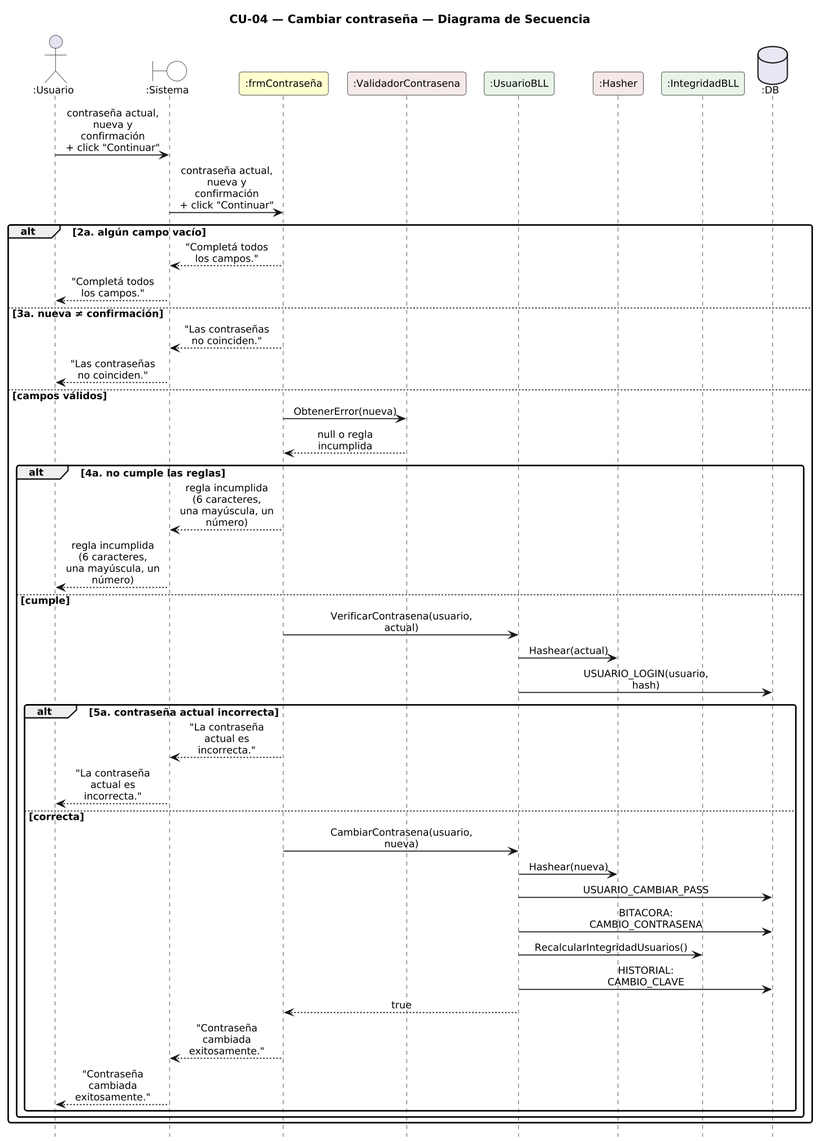
Above: DIAGRAMAS/DiagramaSecuencia_CU04_CambiarContrasena.png in Urrels/ingenieria_software (PlantUML), before the change.
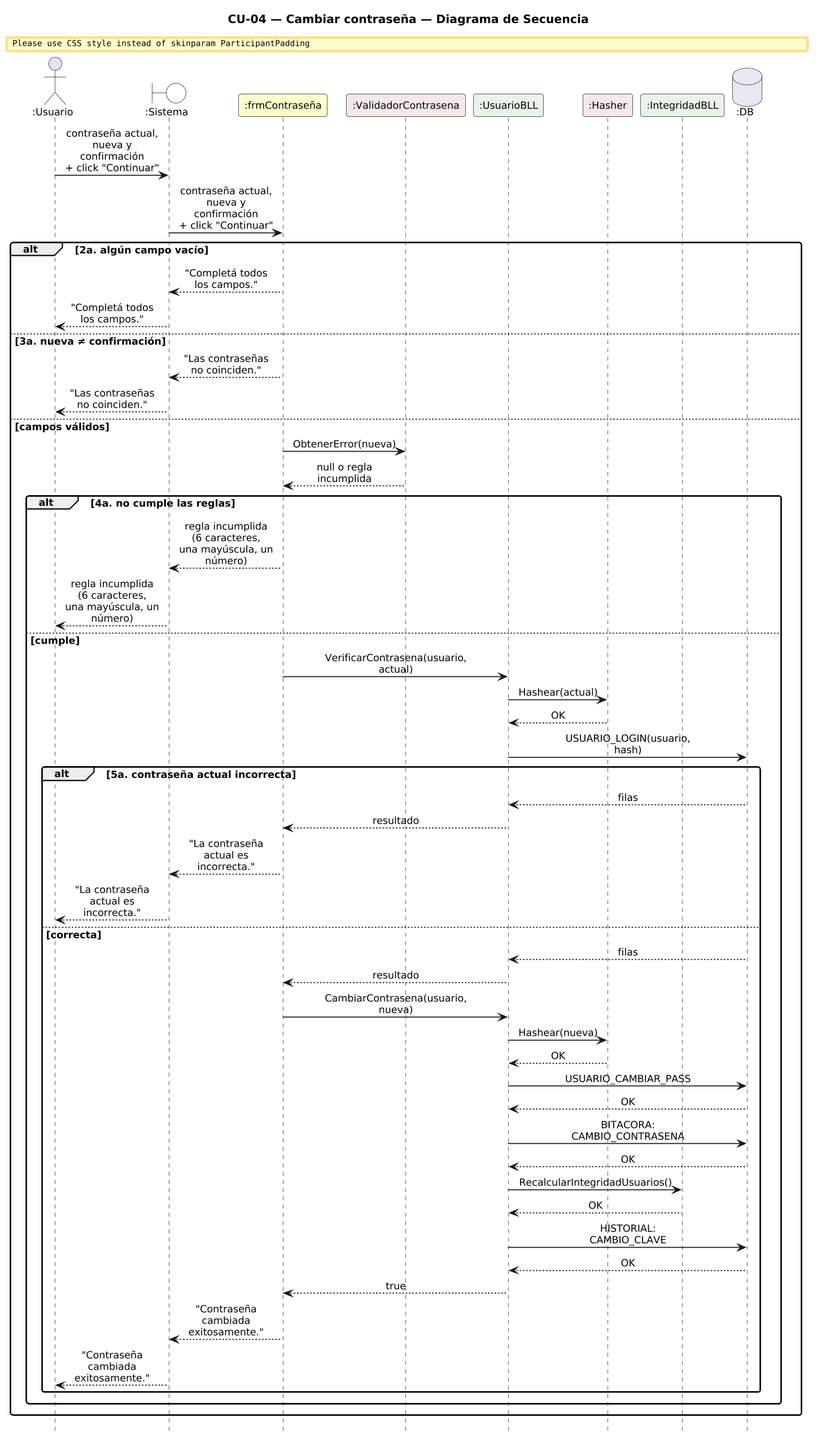
The same file after the commit.

Change to the diagram source:
```diff
@@ -39,17 +39,27 @@
   else cumple
     F -> B : VerificarContrasena(usuario, actual)
     B -> H : Hashear(actual)
+    H --> B : OK
     B -> DB : USUARIO_LOGIN(usuario, hash)
     alt 5a. contraseña actual incorrecta
+      DB --> B : filas
+      B --> F : resultado
       F --> SYS : "La contraseña actual es incorrecta."
       SYS --> U : "La contraseña actual es incorrecta."
     else correcta
+      DB --> B : filas
+      B --> F : resultado
       F -> B : CambiarContrasena(usuario, nueva)
       B -> H : Hashear(nueva)
+      H --> B : OK
       B -> DB : USUARIO_CAMBIAR_PASS
+      DB --> B : OK
       B -> DB : BITACORA: CAMBIO_CONTRASENA
+      DB --> B : OK
       B -> I : RecalcularIntegridadUsuarios()
+      I --> B : OK
       B -> DB : HISTORIAL: CAMBIO_CLAVE
+      DB --> B : OK
       B --> F : true
       F --> SYS : "Contraseña cambiada exitosamente."
       SYS --> U : "Contraseña cambiada exitosamente."
```
